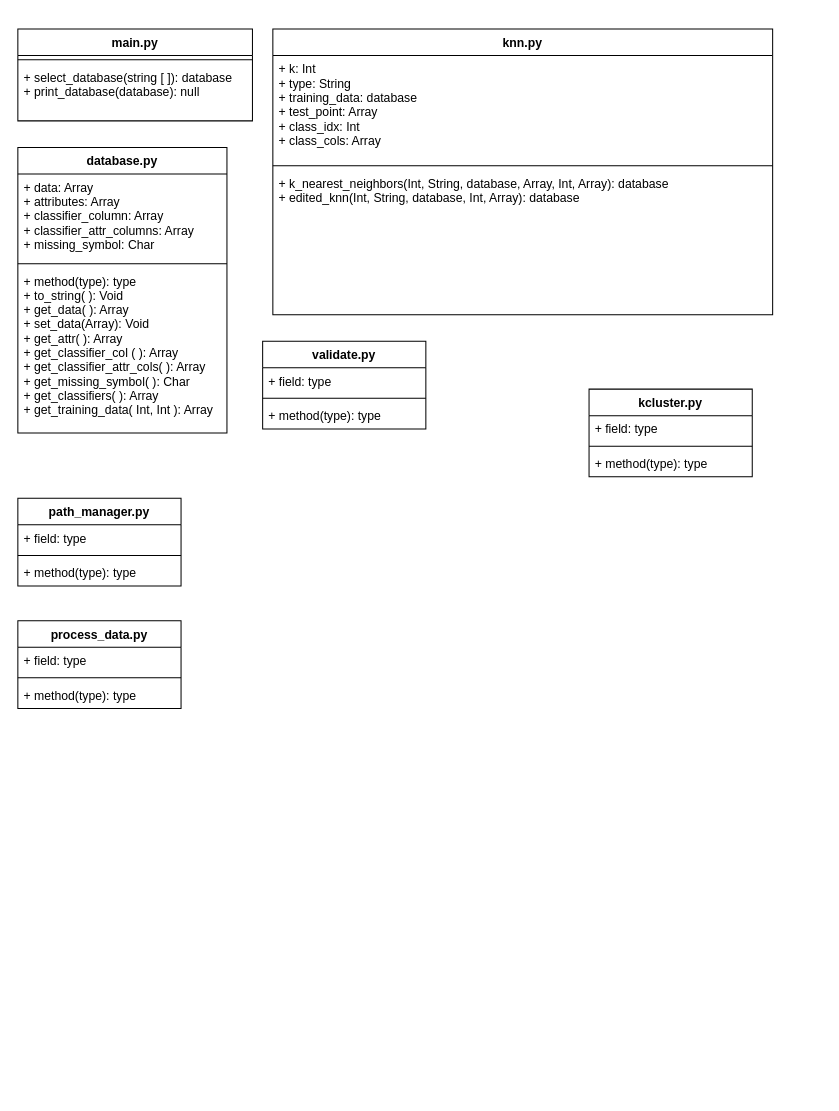
Before: design_doc/Project 2 UML Diagram.drawio in Geo3ngel/CSCI-447-Project-2, a draw.io diagram. Source tidied: cells renumbered, new cells numbered last; positions are measured from the earlier drawing's top-left corner, leaving out a move shared by most shapes. Both pictures are drawn from the tidied source at 102%, with x=0, y=0 at pixel (17, 29).
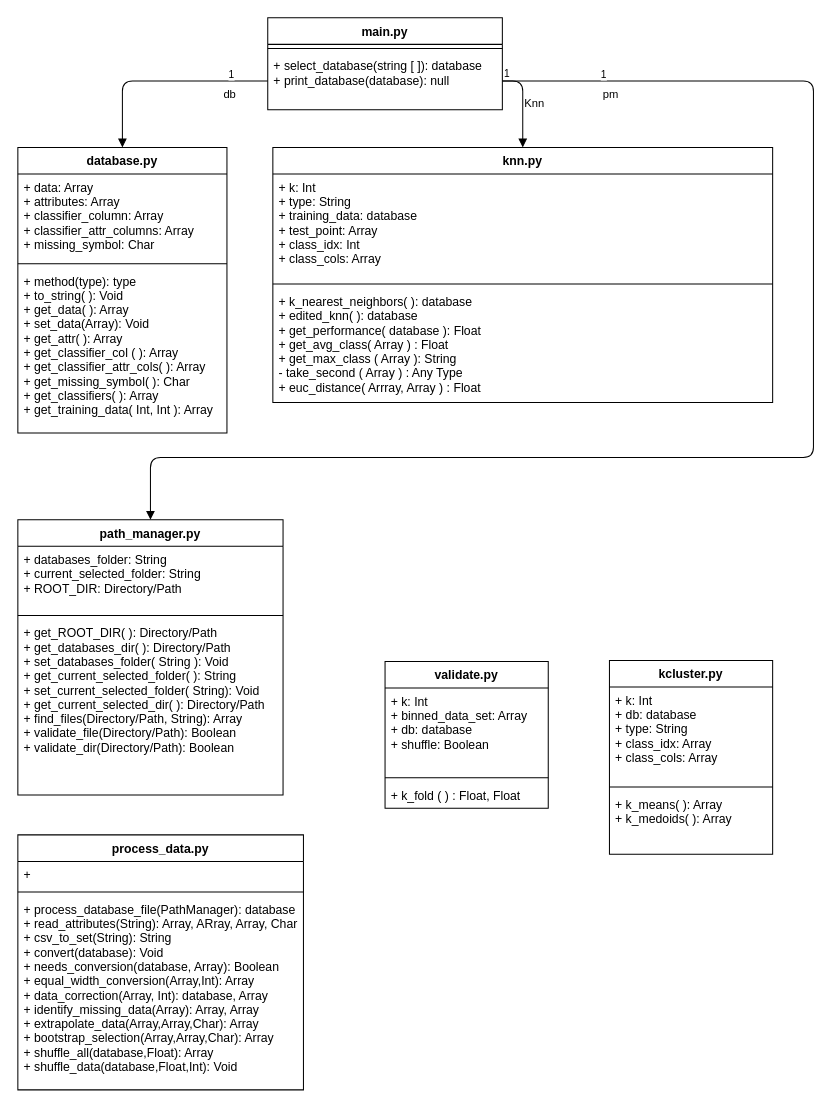
Above is the later version.

Commit message:
Updated UML Diagram

Unchanged cells that the change refers to:
```xml
<mxCell id="4" value="+ select_database(string [ ]): database &#10;+ print_database(database): null&#10;" style="text;strokeColor=none;fillColor=none;align=left;verticalAlign=top;spacingLeft=4;spacingRight=4;overflow=hidden;points=[[0,0.5],[1,0.5]];portConstraint=eastwest;" parent="2" vertex="1">
  <mxGeometry y="34" width="230" height="56" as="geometry" />
</mxCell>
<mxCell id="5" value="database.py" style="swimlane;fontStyle=1;align=center;verticalAlign=top;horizontal=1;startSize=26;" parent="1" vertex="1">
  <mxGeometry y="116" width="205" height="280" as="geometry" />
</mxCell>
```

What changed in the source:
```diff
@@
     <mxCell id="2" value="main.py" style="swimlane;fontStyle=1;align=center;verticalAlign=top;horizontal=1;startSize=26;" parent="1" vertex="1">
-      <mxGeometry width="230" height="90" as="geometry" />
+      <mxGeometry x="245" y="-11" width="230" height="90" as="geometry" />
     </mxCell>
@@
     <mxCell id="9" value="process_data.py" style="swimlane;fontStyle=1;align=center;verticalAlign=top;horizontal=1;startSize=26;" parent="1" vertex="1">
-      <mxGeometry y="580" width="160" height="86" as="geometry" />
+      <mxGeometry y="790" width="280" height="250" as="geometry" />
     </mxCell>
-    <mxCell id="10" value="+ field: type" style="text;strokeColor=none;fillColor=none;align=left;verticalAlign=top;spacingLeft=4;spacingRight=4;overflow=hidden;" parent="9" vertex="1">
-      <mxGeometry y="26" width="160" height="26" as="geometry" />
+    <mxCell id="10" value="+" style="text;strokeColor=none;fillColor=none;align=left;verticalAlign=top;spacingLeft=4;spacingRight=4;overflow=hidden;" parent="9" vertex="1">
+      <mxGeometry y="26" width="280" height="26" as="geometry" />
     </mxCell>
     <mxCell id="11" style="line;strokeWidth=1;fillColor=none;align=left;verticalAlign=middle;spacingTop=-1;spacingLeft=3;spacingRight=3;labelPosition=right;" parent="9" vertex="1">
-      <mxGeometry y="52" width="160" height="8" as="geometry" />
+      <mxGeometry y="52" width="280" height="8" as="geometry" />
     </mxCell>
-    <mxCell id="12" value="+ method(type): type" style="text;strokeColor=none;fillColor=none;align=left;verticalAlign=top;spacingLeft=4;spacingRight=4;overflow=hidden;" parent="9" vertex="1">
-      <mxGeometry y="60" width="160" height="26" as="geometry" />
+    <mxCell id="12" value="+ process_database_file(PathManager): database&#10;+ read_attributes(String): Array, ARray, Array, Char&#10;+ csv_to_set(String): String&#10;+ convert(database): Void&#10;+ needs_conversion(database, Array): Boolean&#10;+ equal_width_conversion(Array,Int): Array&#10;+ data_correction(Array, Int): database, Array&#10;+ identify_missing_data(Array): Array, Array&#10;+ extrapolate_data(Array,Array,Char): Array&#10;+ bootstrap_selection(Array,Array,Char): Array&#10;+ shuffle_all(database,Float): Array&#10;+ shuffle_data(database,Float,Int): Void" style="text;strokeColor=none;fillColor=none;align=left;verticalAlign=top;spacingLeft=4;spacingRight=4;overflow=hidden;" parent="9" vertex="1">
+      <mxGeometry y="60" width="280" height="190" as="geometry" />
     </mxCell>
     <mxCell id="13" value="path_manager.py" style="swimlane;fontStyle=1;align=center;verticalAlign=top;horizontal=1;startSize=26;" parent="1" vertex="1">
-      <mxGeometry y="460" width="160" height="86" as="geometry" />
+      <mxGeometry y="481" width="260" height="270" as="geometry" />
     </mxCell>
-    <mxCell id="14" value="+ field: type" style="text;strokeColor=none;fillColor=none;align=left;verticalAlign=top;spacingLeft=4;spacingRight=4;overflow=hidden;" parent="13" vertex="1">
-      <mxGeometry y="26" width="160" height="26" as="geometry" />
+    <mxCell id="14" value="+ databases_folder: String&#10;+ current_selected_folder: String&#10;+ ROOT_DIR: Directory/Path" style="text;strokeColor=none;fillColor=none;align=left;verticalAlign=top;spacingLeft=4;spacingRight=4;overflow=hidden;" parent="13" vertex="1">
+      <mxGeometry y="26" width="260" height="64" as="geometry" />
     </mxCell>
     <mxCell id="15" style="line;strokeWidth=1;fillColor=none;align=left;verticalAlign=middle;spacingTop=-1;spacingLeft=3;spacingRight=3;labelPosition=right;" parent="13" vertex="1">
-      <mxGeometry y="52" width="160" height="8" as="geometry" />
+      <mxGeometry y="90" width="260" height="8" as="geometry" />
     </mxCell>
-    <mxCell id="16" value="+ method(type): type" style="text;strokeColor=none;fillColor=none;align=left;verticalAlign=top;spacingLeft=4;spacingRight=4;overflow=hidden;" parent="13" vertex="1">
-      <mxGeometry y="60" width="160" height="26" as="geometry" />
+    <mxCell id="16" value="+ get_ROOT_DIR( ): Directory/Path&#10;+ get_databases_dir( ): Directory/Path&#10;+ set_databases_folder( String ): Void&#10;+ get_current_selected_folder( ): String&#10;+ set_current_selected_folder( String): Void&#10;+ get_current_selected_dir( ): Directory/Path&#10;+ find_files(Directory/Path, String): Array&#10;+ validate_file(Directory/Path): Boolean&#10;+ validate_dir(Directory/Path): Boolean" style="text;strokeColor=none;fillColor=none;align=left;verticalAlign=top;spacingLeft=4;spacingRight=4;overflow=hidden;" parent="13" vertex="1">
+      <mxGeometry y="98" width="260" height="172" as="geometry" />
     </mxCell>
     <mxCell id="17" value="knn.py" style="swimlane;fontStyle=1;align=center;verticalAlign=top;horizontal=1;startSize=26;" parent="1" vertex="1">
-      <mxGeometry x="250" width="490" height="280" as="geometry" />
+      <mxGeometry x="250" y="116" width="490" height="250" as="geometry" />
     </mxCell>
@@
-    <mxCell id="20" value="+ k_nearest_neighbors(Int, String, database, Array, Int, Array): database&#10;+ edited_knn(Int, String, database, Int, Array): database" style="text;strokeColor=none;fillColor=none;align=left;verticalAlign=top;spacingLeft=4;spacingRight=4;overflow=hidden;" parent="17" vertex="1">
-      <mxGeometry y="138" width="490" height="142" as="geometry" />
+    <mxCell id="20" value="+ k_nearest_neighbors( ): database&#10;+ edited_knn( ): database&#10;+ get_performance( database ): Float&#10;+ get_avg_class( Array ) : Float&#10;+ get_max_class ( Array ): String&#10;- take_second ( Array ) : Any Type&#10;+ euc_distance( Arrray, Array ) : Float&#10; " style="text;strokeColor=none;fillColor=none;align=left;verticalAlign=top;spacingLeft=4;spacingRight=4;overflow=hidden;" parent="17" vertex="1">
+      <mxGeometry y="138" width="490" height="112" as="geometry" />
     </mxCell>
     <mxCell id="21" value="validate.py&#10;" style="swimlane;fontStyle=1;align=center;verticalAlign=top;horizontal=1;startSize=26;" parent="1" vertex="1">
-      <mxGeometry x="240" y="306" width="160" height="86" as="geometry" />
+      <mxGeometry x="360" y="620" width="160" height="144" as="geometry" />
     </mxCell>
-    <mxCell id="22" value="+ field: type" style="text;strokeColor=none;fillColor=none;align=left;verticalAlign=top;spacingLeft=4;spacingRight=4;overflow=hidden;" parent="21" vertex="1">
-      <mxGeometry y="26" width="160" height="26" as="geometry" />
+    <mxCell id="22" value="+ k: Int&#10;+ binned_data_set: Array&#10;+ db: database&#10;+ shuffle: Boolean" style="text;strokeColor=none;fillColor=none;align=left;verticalAlign=top;spacingLeft=4;spacingRight=4;overflow=hidden;" parent="21" vertex="1">
+      <mxGeometry y="26" width="160" height="84" as="geometry" />
     </mxCell>
     <mxCell id="23" style="line;strokeWidth=1;fillColor=none;align=left;verticalAlign=middle;spacingTop=-1;spacingLeft=3;spacingRight=3;labelPosition=right;" parent="21" vertex="1">
-      <mxGeometry y="52" width="160" height="8" as="geometry" />
+      <mxGeometry y="110" width="160" height="8" as="geometry" />
     </mxCell>
-    <mxCell id="24" value="+ method(type): type" style="text;strokeColor=none;fillColor=none;align=left;verticalAlign=top;spacingLeft=4;spacingRight=4;overflow=hidden;" parent="21" vertex="1">
-      <mxGeometry y="60" width="160" height="26" as="geometry" />
+    <mxCell id="24" value="+ k_fold ( ) : Float, Float" style="text;strokeColor=none;fillColor=none;align=left;verticalAlign=top;spacingLeft=4;spacingRight=4;overflow=hidden;" parent="21" vertex="1">
+      <mxGeometry y="118" width="160" height="26" as="geometry" />
     </mxCell>
     <mxCell id="25" value="kcluster.py" style="swimlane;fontStyle=1;align=center;verticalAlign=top;horizontal=1;startSize=26;" parent="1" vertex="1">
-      <mxGeometry x="560" y="353" width="160" height="86" as="geometry" />
+      <mxGeometry x="580" y="619" width="160" height="190" as="geometry" />
     </mxCell>
-    <mxCell id="26" value="+ field: type" style="text;strokeColor=none;fillColor=none;align=left;verticalAlign=top;spacingLeft=4;spacingRight=4;overflow=hidden;" parent="25" vertex="1">
-      <mxGeometry y="26" width="160" height="26" as="geometry" />
+    <mxCell id="26" value="+ k: Int&#10;+ db: database&#10;+ type: String&#10;+ class_idx: Array&#10;+ class_cols: Array&#10;" style="text;strokeColor=none;fillColor=none;align=left;verticalAlign=top;spacingLeft=4;spacingRight=4;overflow=hidden;" parent="25" vertex="1">
+      <mxGeometry y="26" width="160" height="94" as="geometry" />
     </mxCell>
     <mxCell id="27" style="line;strokeWidth=1;fillColor=none;align=left;verticalAlign=middle;spacingTop=-1;spacingLeft=3;spacingRight=3;labelPosition=right;" parent="25" vertex="1">
-      <mxGeometry y="52" width="160" height="8" as="geometry" />
+      <mxGeometry y="120" width="160" height="8" as="geometry" />
     </mxCell>
-    <mxCell id="28" value="+ method(type): type" style="text;strokeColor=none;fillColor=none;align=left;verticalAlign=top;spacingLeft=4;spacingRight=4;overflow=hidden;" parent="25" vertex="1">
-      <mxGeometry y="60" width="160" height="26" as="geometry" />
+    <mxCell id="28" value="+ k_means( ): Array&#10;+ k_medoids( ): Array" style="text;strokeColor=none;fillColor=none;align=left;verticalAlign=top;spacingLeft=4;spacingRight=4;overflow=hidden;" parent="25" vertex="1">
+      <mxGeometry y="128" width="160" height="62" as="geometry" />
     </mxCell>
+    <mxCell id="29" value="db" style="endArrow=block;endFill=1;html=1;edgeStyle=orthogonalEdgeStyle;align=left;verticalAlign=top;entryX=0.5;entryY=0;entryDx=0;entryDy=0;" parent="1" edge="1" source="4" target="5">
+      <mxGeometry x="-0.57" relative="1" as="geometry" />
+    </mxCell>
+    <mxCell id="30" value="1" style="html=1;align=left;verticalAlign=bottom;labelBackgroundColor=#ffffff;fontSize=10;" parent="29" vertex="1">
+      <mxGeometry x="-1" relative="1" as="geometry">
+        <mxPoint x="-40" y="0.5" as="offset" />
+      </mxGeometry>
+    </mxCell>
+    <mxCell id="31" value="Knn" style="endArrow=block;endFill=1;html=1;edgeStyle=orthogonalEdgeStyle;align=left;verticalAlign=top;entryX=0.5;entryY=0;entryDx=0;entryDy=0;exitX=1;exitY=0.5;exitDx=0;exitDy=0;" parent="1" edge="1" source="4" target="17">
+      <mxGeometry x="-0.53" y="-9" relative="1" as="geometry">
+        <mxPoint x="9" y="9" as="offset" />
+      </mxGeometry>
+    </mxCell>
+    <mxCell id="32" value="1" style="html=1;align=left;verticalAlign=bottom;labelBackgroundColor=#ffffff;fontSize=10;" parent="31" vertex="1">
+      <mxGeometry x="-1" relative="1" as="geometry" />
+    </mxCell>
+    <mxCell id="33" value="pm" style="endArrow=block;endFill=1;html=1;edgeStyle=orthogonalEdgeStyle;align=left;verticalAlign=top;entryX=0.5;entryY=0;entryDx=0;entryDy=0;exitX=1;exitY=0.5;exitDx=0;exitDy=0;" parent="1" edge="1" source="4" target="13">
+      <mxGeometry x="-0.86" relative="1" as="geometry">
+        <Array as="points">
+          <mxPoint x="780" y="51" />
+          <mxPoint x="780" y="420" />
+          <mxPoint x="130" y="420" />
+        </Array>
+      </mxGeometry>
+    </mxCell>
+    <mxCell id="34" value="1" style="html=1;align=left;verticalAlign=bottom;labelBackgroundColor=#ffffff;fontSize=10;" parent="33" vertex="1">
+      <mxGeometry x="-1" relative="1" as="geometry">
+        <mxPoint x="94.5" y="0.5" as="offset" />
+      </mxGeometry>
+    </mxCell>
```
